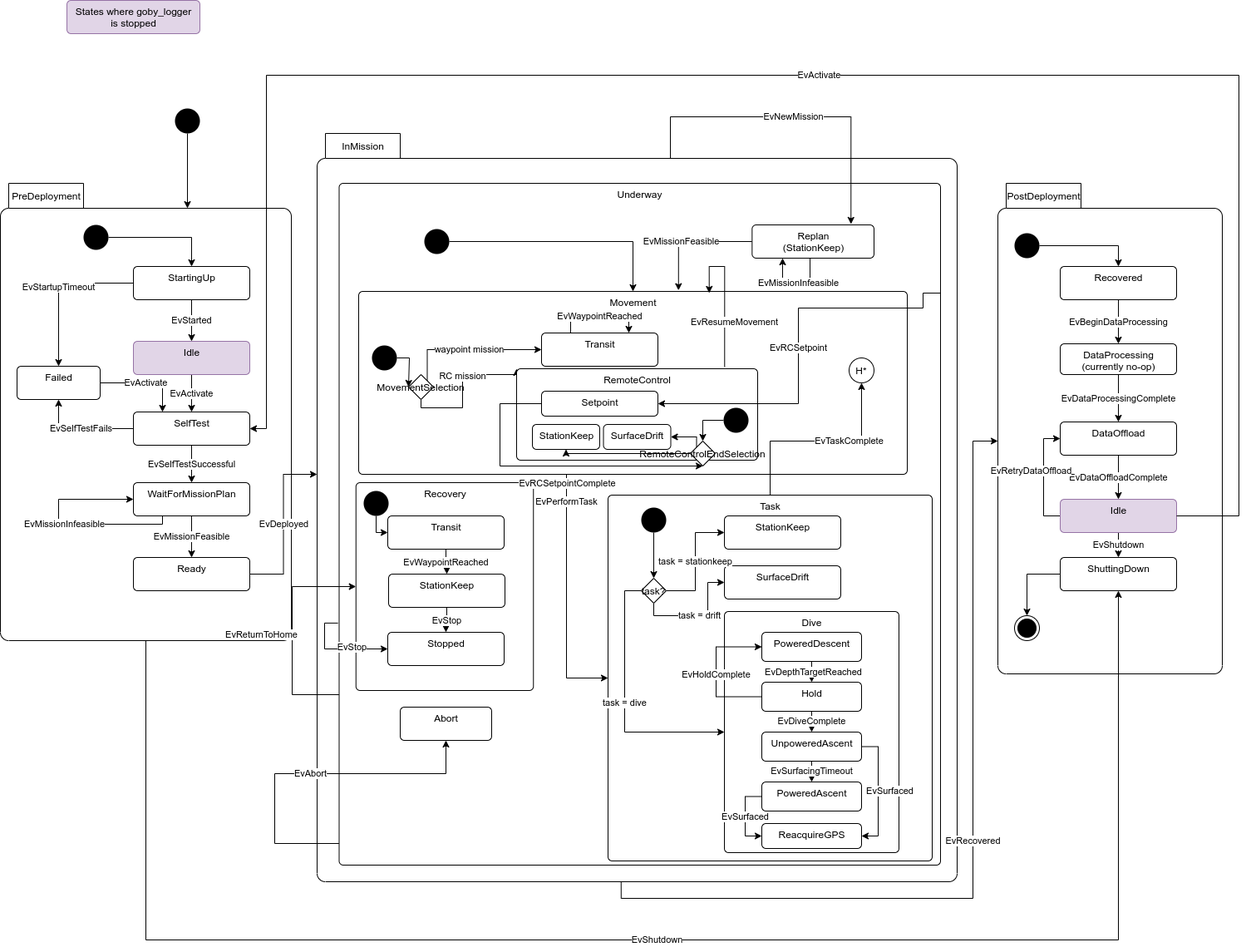
Above: src/doc/figures/mission-states.png in jaiarobotics/jaiabot (draw.io), before the change. Source tidied: cells renumbered, new cells last; positions are measured from the earlier drawing's top-left corner, leaving out a move shared by most shapes.
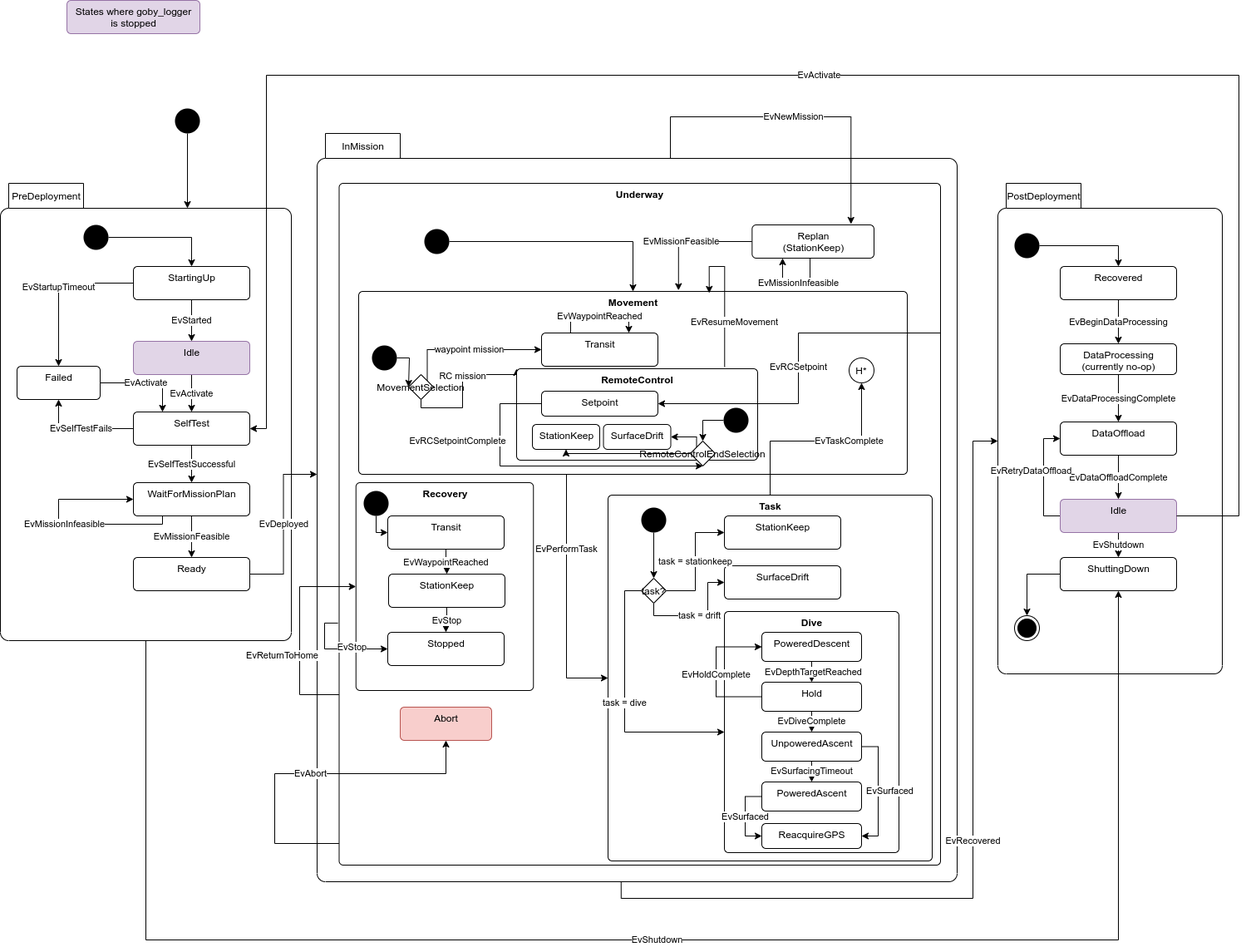
After the commit.

Commit message:
Update the text in the mission manager document to reflect current implementation

Change to the diagram source:
```diff
@@ -123,28 +123,27 @@
     <mxCell id="37" value="InMission" style="shape=folder;align=center;verticalAlign=middle;fontStyle=0;tabWidth=100;tabHeight=30;tabPosition=left;html=1;boundedLbl=1;labelInHeader=1;rounded=1;absoluteArcSize=1;arcSize=10;" parent="36" vertex="1">
       <mxGeometry x="-20" y="-100" width="770" height="900" as="geometry" />
     </mxCell>
-    <mxCell id="38" value="Underway" style="html=1;align=center;verticalAlign=top;rounded=1;absoluteArcSize=1;arcSize=10;dashed=0;" parent="36" vertex="1">
+    <mxCell id="38" value="&lt;b&gt;Underway&lt;/b&gt;" style="html=1;align=center;verticalAlign=top;rounded=1;absoluteArcSize=1;arcSize=10;dashed=0;" parent="36" vertex="1">
       <mxGeometry x="6.5" y="-40" width="723.5" height="820" as="geometry" />
     </mxCell>
     <mxCell id="39" value="EvReturnToHome" style="edgeStyle=orthogonalEdgeStyle;rounded=0;jettySize=auto;html=1;entryX=0;entryY=0.5;entryDx=0;entryDy=0;exitX=0;exitY=0.75;exitDx=0;exitDy=0;" parent="36" edge="1" source="38" target="44">
-      <mxGeometry x="-0.02" y="37" relative="1" as="geometry">
+      <mxGeometry x="-0.23" y="21" relative="1" as="geometry">
         <Array as="points">
-          <mxPoint x="-50" y="575" />
-          <mxPoint x="-50" y="445" />
+          <mxPoint x="-41" y="575" />
+          <mxPoint x="-41" y="445" />
         </Array>
       </mxGeometry>
     </mxCell>
-    <mxCell id="40" value="Movement" style="html=1;align=center;verticalAlign=top;rounded=1;absoluteArcSize=1;arcSize=10;dashed=0;" parent="36" vertex="1">
+    <mxCell id="40" value="&lt;b&gt;Movement&lt;/b&gt;" style="html=1;align=center;verticalAlign=top;rounded=1;absoluteArcSize=1;arcSize=10;dashed=0;" parent="36" vertex="1">
       <mxGeometry x="30" y="90" width="660" height="220" as="geometry" />
     </mxCell>
     <mxCell id="41" value="EvPerformTask" style="edgeStyle=orthogonalEdgeStyle;rounded=0;jettySize=auto;html=1;entryX=0;entryY=0.5;entryDx=0;entryDy=0;" parent="36" edge="1" target="62">
-      <mxGeometry x="-0.78" relative="1" as="geometry">
+      <mxGeometry x="-0.39" relative="1" as="geometry">
         <mxPoint x="280" y="310" as="sourcePoint" />
         <Array as="points">
           <mxPoint x="280" y="310" />
           <mxPoint x="280" y="535" />
         </Array>
-        <mxPoint y="1" as="offset" />
       </mxGeometry>
     </mxCell>
     <mxCell id="42" value="Transit" style="html=1;align=center;verticalAlign=top;rounded=1;absoluteArcSize=1;arcSize=10;dashed=0;" parent="36" vertex="1">
@@ -158,7 +157,7 @@
         </Array>
       </mxGeometry>
     </mxCell>
-    <mxCell id="44" value="Recovery" style="html=1;align=center;verticalAlign=top;rounded=1;absoluteArcSize=1;arcSize=10;dashed=0;" parent="36" vertex="1">
+    <mxCell id="44" value="&lt;b&gt;Recovery&lt;/b&gt;" style="html=1;align=center;verticalAlign=top;rounded=1;absoluteArcSize=1;arcSize=10;dashed=0;" parent="36" vertex="1">
       <mxGeometry x="26.8" y="320" width="213.5" height="250" as="geometry" />
     </mxCell>
     <mxCell id="45" value="Transit" style="html=1;align=center;verticalAlign=top;rounded=1;absoluteArcSize=1;arcSize=10;dashed=0;" parent="36" vertex="1">
@@ -206,7 +205,7 @@
         <mxPoint x="31" y="-2" as="offset" />
       </mxGeometry>
     </mxCell>
-    <mxCell id="56" value="Abort" style="html=1;align=center;verticalAlign=top;rounded=1;absoluteArcSize=1;arcSize=10;dashed=0;" parent="36" vertex="1">
+    <mxCell id="56" value="Abort" style="html=1;align=center;verticalAlign=top;rounded=1;absoluteArcSize=1;arcSize=10;dashed=0;fillColor=#f8cecc;strokeColor=#b85450;" parent="36" vertex="1">
       <mxGeometry x="80" y="590" width="110" height="40" as="geometry" />
     </mxCell>
     <mxCell id="57" value="EvAbort" style="edgeStyle=orthogonalEdgeStyle;rounded=0;jettySize=auto;html=1;entryX=0.5;entryY=1;entryDx=0;entryDy=0;" parent="36" edge="1" source="38" target="56">
@@ -234,13 +233,13 @@
     <mxCell id="61" style="group;" parent="36" vertex="1">
       <mxGeometry x="330" y="335" width="390" height="440" as="geometry" />
     </mxCell>
-    <mxCell id="62" value="Task" style="html=1;align=center;verticalAlign=top;rounded=1;absoluteArcSize=1;arcSize=10;dashed=0;" parent="61" vertex="1">
+    <mxCell id="62" value="&lt;b&gt;Task&lt;/b&gt;" style="html=1;align=center;verticalAlign=top;rounded=1;absoluteArcSize=1;arcSize=10;dashed=0;" parent="61" vertex="1">
       <mxGeometry width="390" height="440" as="geometry" />
     </mxCell>
     <mxCell id="63" value="StationKeep" style="html=1;align=center;verticalAlign=top;rounded=1;absoluteArcSize=1;arcSize=10;dashed=0;" parent="61" vertex="1">
       <mxGeometry x="140" y="25" width="140" height="40" as="geometry" />
     </mxCell>
-    <mxCell id="64" value="Dive" style="html=1;align=center;verticalAlign=top;rounded=1;absoluteArcSize=1;arcSize=10;dashed=0;" parent="61" vertex="1">
+    <mxCell id="64" value="&lt;b&gt;Dive&lt;/b&gt;" style="html=1;align=center;verticalAlign=top;rounded=1;absoluteArcSize=1;arcSize=10;dashed=0;" parent="61" vertex="1">
       <mxGeometry x="140" y="140" width="210" height="290" as="geometry" />
     </mxCell>
     <mxCell id="65" value="SurfaceDrift" style="html=1;align=center;verticalAlign=top;rounded=1;absoluteArcSize=1;arcSize=10;dashed=0;" parent="61" vertex="1">
@@ -376,7 +375,7 @@
     <mxCell id="93" style="group;" parent="36" vertex="1">
       <mxGeometry x="220" y="190" width="290" height="110" as="geometry" />
     </mxCell>
-    <mxCell id="94" value="RemoteControl" style="html=1;align=center;verticalAlign=top;rounded=1;absoluteArcSize=1;arcSize=10;dashed=0;" parent="93" vertex="1">
+    <mxCell id="94" value="&lt;b&gt;RemoteControl&lt;/b&gt;" style="html=1;align=center;verticalAlign=top;rounded=1;absoluteArcSize=1;arcSize=10;dashed=0;" parent="93" vertex="1">
       <mxGeometry y="-7" width="290" height="110" as="geometry" />
     </mxCell>
     <mxCell id="95" value="StationKeep" style="html=1;align=center;verticalAlign=top;rounded=1;absoluteArcSize=1;arcSize=10;dashed=0;" parent="93" vertex="1">
@@ -386,7 +385,7 @@
       <mxGeometry x="30" y="20" width="140" height="30" as="geometry" />
     </mxCell>
     <mxCell id="97" value="EvRCSetpointComplete" style="edgeStyle=orthogonalEdgeStyle;rounded=0;jettySize=auto;html=1;entryX=0.5;entryY=1;entryDx=0;entryDy=0;exitX=0;exitY=0.5;exitDx=0;exitDy=0;" parent="93" edge="1" source="96" target="102">
-      <mxGeometry x="0.11" y="-21" relative="1" as="geometry">
+      <mxGeometry x="-0.49" y="-51" relative="1" as="geometry">
         <Array as="points">
           <mxPoint x="-20" y="35" />
           <mxPoint x="-20" y="110" />
@@ -419,12 +418,11 @@
     <mxCell id="103" value="SurfaceDrift" style="html=1;align=center;verticalAlign=top;rounded=1;absoluteArcSize=1;arcSize=10;dashed=0;" parent="93" vertex="1">
       <mxGeometry x="104.5" y="60" width="81" height="30" as="geometry" />
     </mxCell>
-    <mxCell id="104" value="EvRCSetpoint" style="edgeStyle=orthogonalEdgeStyle;rounded=0;jettySize=auto;html=1;entryX=1;entryY=0.5;entryDx=0;entryDy=0;exitX=1;exitY=0.161;exitDx=0;exitDy=0;jumpStyle=arc;exitPerimeter=0;" parent="36" edge="1" source="38" target="96">
+    <mxCell id="104" value="EvRCSetpoint" style="edgeStyle=orthogonalEdgeStyle;rounded=0;jettySize=auto;html=1;entryX=1;entryY=0.5;entryDx=0;entryDy=0;exitX=1;exitY=0.218;exitDx=0;exitDy=0;jumpStyle=arc;exitPerimeter=0;" parent="36" edge="1" source="38" target="96">
       <mxGeometry relative="1" as="geometry">
         <Array as="points">
-          <mxPoint x="709" y="92" />
-          <mxPoint x="709" y="110" />
-          <mxPoint x="559" y="110" />
+          <mxPoint x="730" y="140" />
+          <mxPoint x="559" y="140" />
           <mxPoint x="559" y="225" />
         </Array>
       </mxGeometry>
```
